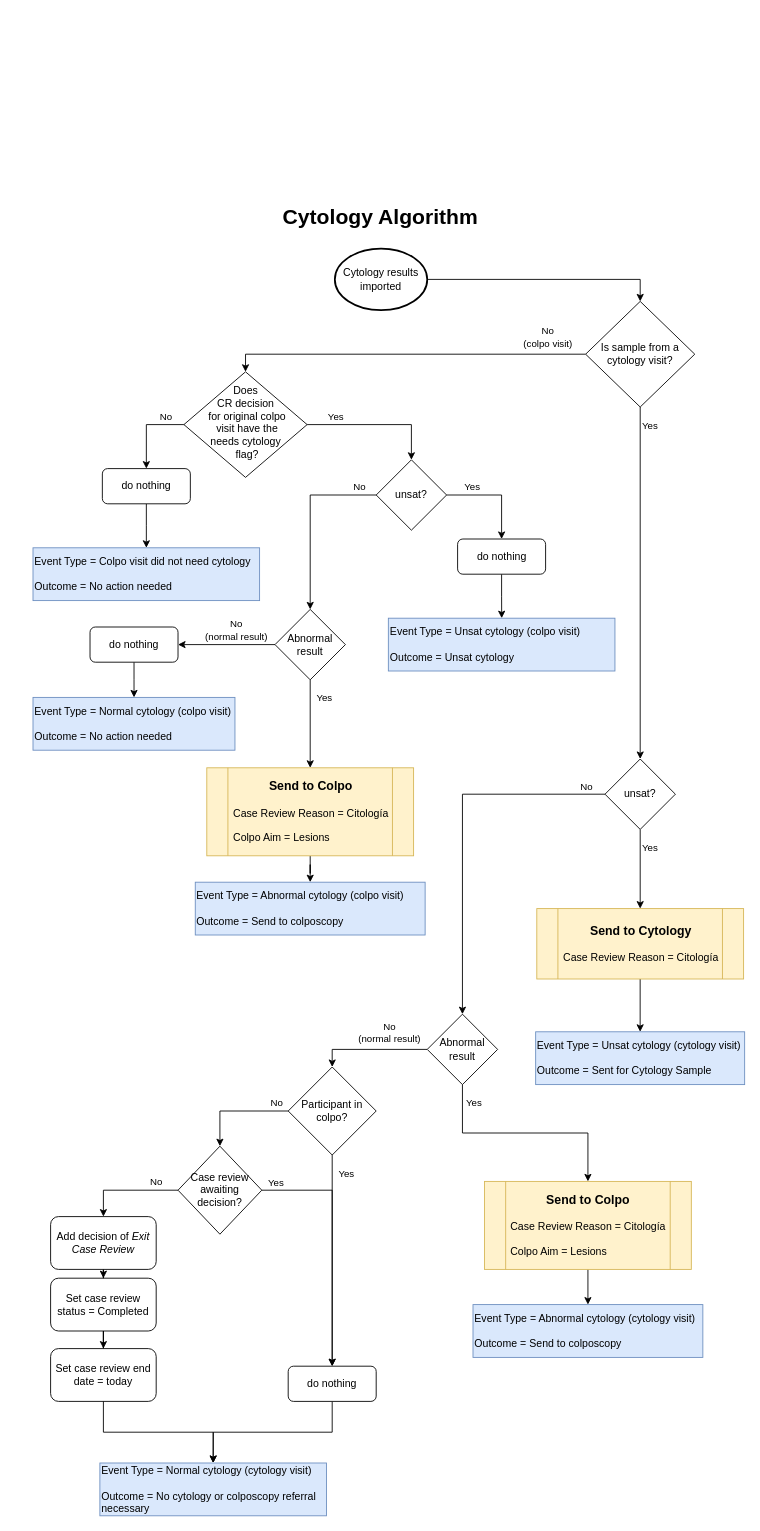
stealthv/aurora-algorithms keeps this draw.io diagram as Cytology algorithm.drawio. Above is the earlier version. Source tidied: cells renumbered, new cells numbered last; positions are measured from the earlier drawing's top-left corner, leaving out a move shared by most shapes. Both pictures are drawn from the tidied source at 88%, with x=0, y=0 at pixel (15, 204).
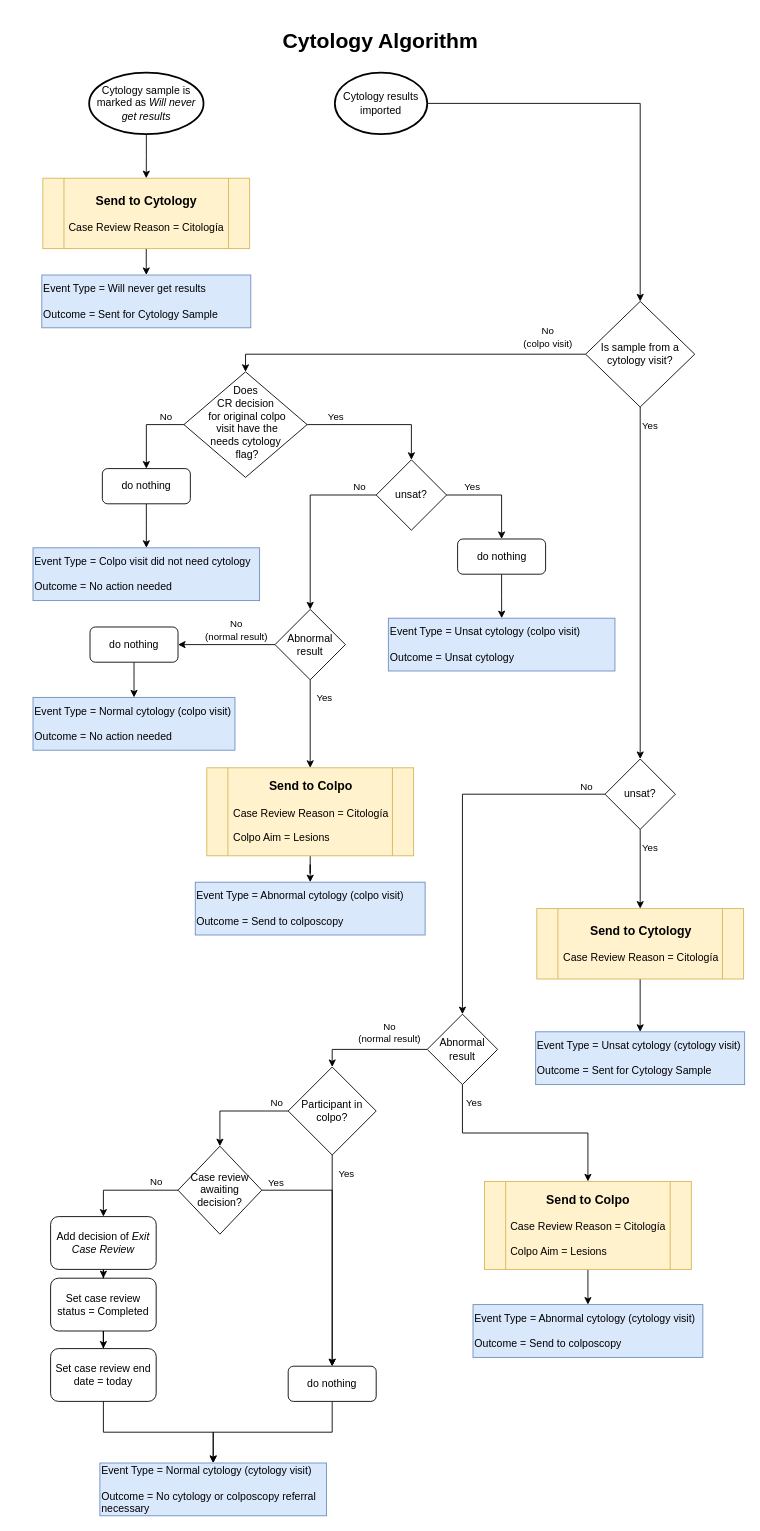
Above is the later version.

What changed in the source:
```diff
@@
     <mxCell id="2" value="&lt;h1&gt;Cytology Algorithm&lt;/h1&gt;" style="text;html=1;whiteSpace=wrap;strokeColor=none;fillColor=none;align=center;verticalAlign=middle;rounded=0;" parent="1" vertex="1">
-      <mxGeometry width="830" height="30" as="geometry" />
+      <mxGeometry y="-200" width="830" height="30" as="geometry" />
     </mxCell>
@@
     <mxCell id="4" value="Cytology results imported" style="strokeWidth=2;html=1;shape=mxgraph.flowchart.start_2;whiteSpace=wrap;" parent="1" vertex="1">
-      <mxGeometry x="363" y="50" width="105" height="70" as="geometry" />
+      <mxGeometry x="363" y="-150" width="105" height="70" as="geometry" />
     </mxCell>
@@
+    <mxCell id="72" value="Event Type = Will never get results&lt;div&gt;&lt;span style=&quot;&quot;&gt;&lt;br&gt;&lt;/span&gt;&lt;/div&gt;&lt;div&gt;&lt;span style=&quot;&quot;&gt;Outcome =&amp;nbsp;&lt;/span&gt;Sent for Cytology Sample&lt;/div&gt;" style="rounded=0;whiteSpace=wrap;html=1;align=left;labelBackgroundColor=none;fillColor=#dae8fc;strokeColor=#6c8ebf;" parent="1" vertex="1">
+      <mxGeometry x="30" y="80" width="237.5" height="60" as="geometry" />
+    </mxCell>
+    <mxCell id="73" style="edgeStyle=orthogonalEdgeStyle;rounded=0;jettySize=auto;html=1;entryX=0.5;entryY=0;entryDx=0;entryDy=0;" parent="1" edge="1" source="74" target="72">
+      <mxGeometry relative="1" as="geometry" />
+    </mxCell>
+    <mxCell id="74" value="&lt;div style=&quot;caret-color: rgb(0, 0, 0); color: rgb(0, 0, 0); font-family: Helvetica; font-size: 12px; font-style: normal; font-variant-caps: normal; font-weight: 400; letter-spacing: normal; orphans: 2; text-indent: 0px; text-transform: none; white-space: normal; widows: 2; word-spacing: 0px; -webkit-text-stroke-width: 0px; text-decoration-line: none; text-decoration-thickness: auto; text-decoration-style: solid; text-align: center;&quot;&gt;&lt;b&gt;&lt;font style=&quot;font-size: 14px;&quot;&gt;Send to Cytology&lt;/font&gt;&lt;/b&gt;&lt;/div&gt;&lt;div style=&quot;caret-color: rgb(0, 0, 0); color: rgb(0, 0, 0); font-family: Helvetica; font-size: 12px; font-style: normal; font-variant-caps: normal; font-weight: 400; letter-spacing: normal; orphans: 2; text-align: left; text-indent: 0px; text-transform: none; white-space: normal; widows: 2; word-spacing: 0px; -webkit-text-stroke-width: 0px; text-decoration-line: none; text-decoration-thickness: auto; text-decoration-style: solid;&quot;&gt;&lt;br&gt;&lt;/div&gt;&lt;div style=&quot;caret-color: rgb(0, 0, 0); color: rgb(0, 0, 0); font-family: Helvetica; font-size: 12px; font-style: normal; font-variant-caps: normal; font-weight: 400; letter-spacing: normal; orphans: 2; text-align: left; text-indent: 0px; text-transform: none; white-space: normal; widows: 2; word-spacing: 0px; -webkit-text-stroke-width: 0px; text-decoration-line: none; text-decoration-thickness: auto; text-decoration-style: solid;&quot;&gt;Case Review Reason =&amp;nbsp;Citología&lt;/div&gt;" style="shape=process;whiteSpace=wrap;html=1;backgroundOutline=1;fillColor=#fff2cc;strokeColor=#d6b656;" parent="1" vertex="1">
+      <mxGeometry x="31.2" y="-30" width="235" height="80" as="geometry" />
+    </mxCell>
+    <mxCell id="75" style="edgeStyle=orthogonalEdgeStyle;rounded=0;jettySize=auto;html=1;" parent="1" edge="1" source="76" target="74">
+      <mxGeometry relative="1" as="geometry" />
+    </mxCell>
+    <mxCell id="76" value="Cytology sample is marked as &lt;i&gt;Will never get results&lt;/i&gt;" style="strokeWidth=2;html=1;shape=mxgraph.flowchart.start_2;whiteSpace=wrap;" parent="1" vertex="1">
+      <mxGeometry x="83.8" y="-150" width="130" height="70" as="geometry" />
+    </mxCell>
```
